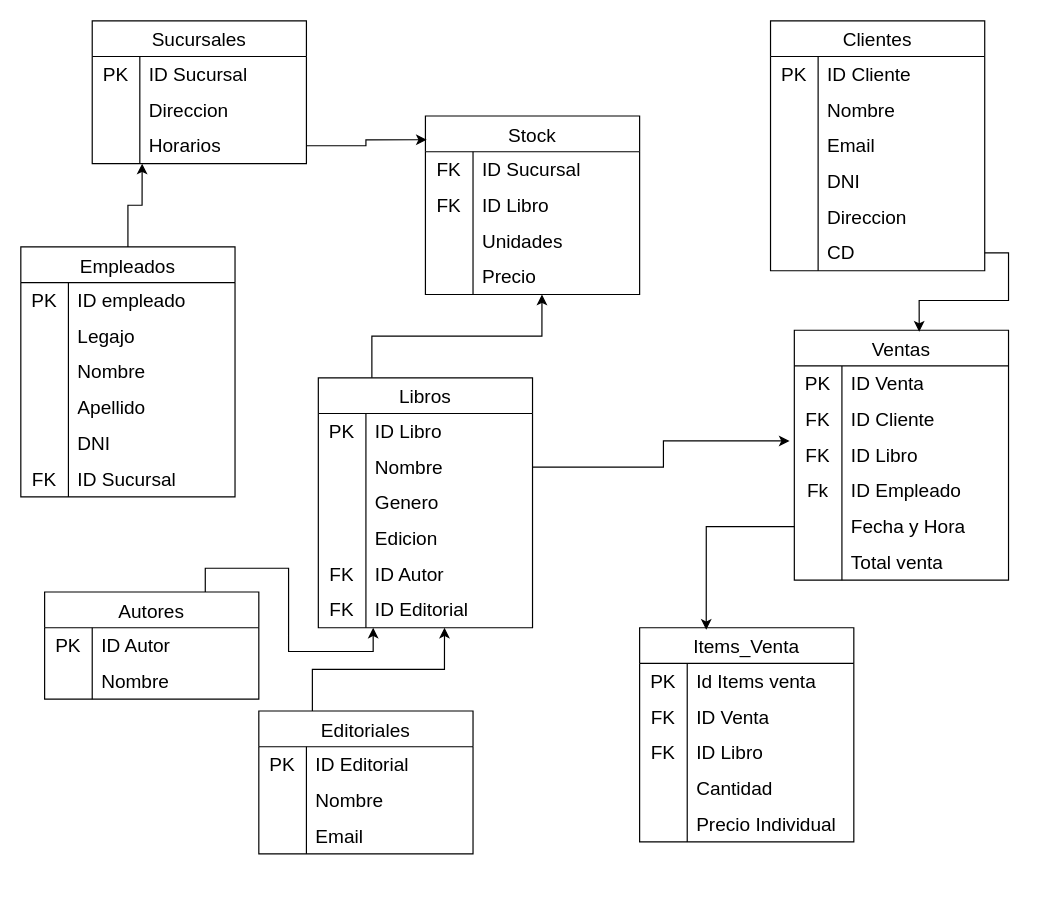
Before: Diagrama sin título.drawio in EzequielLST/SQL-Trabajo-final, a draw.io diagram. Source tidied: cells renumbered, new cells numbered last; positions are measured from the earlier drawing's top-left corner, leaving out a move shared by most shapes. Both pictures are drawn from the tidied source at 119%, with x=0, y=0 at pixel (20, 20).
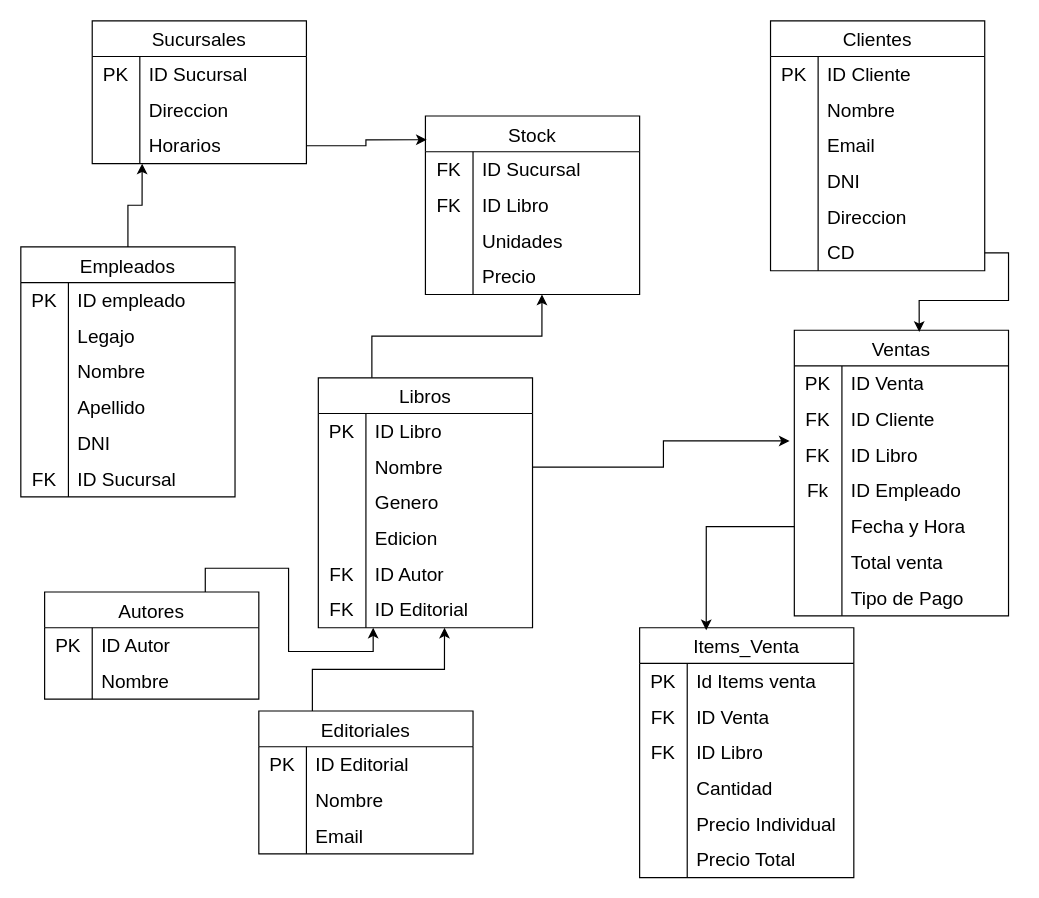
After the change.

The edit, as a diff of the source:
```diff
@@
     <mxCell id="101" value="Ventas" style="shape=table;startSize=30;childLayout=tableLayout;rowLines=0;fontStyle=0;strokeColor=default;fontSize=16;" parent="1" vertex="1">
-      <mxGeometry x="650" y="260" width="180" height="210" as="geometry" />
+      <mxGeometry x="650" y="260" width="180" height="240" as="geometry" />
     </mxCell>
@@
+    <mxCell id="142" style="shape=tableRow;horizontal=0;startSize=0;swimlaneHead=0;swimlaneBody=0;top=0;left=0;bottom=0;right=0;fillColor=none;strokeColor=inherit;fontSize=16;" parent="101" vertex="1">
+      <mxGeometry y="210" width="180" height="30" as="geometry" />
+    </mxCell>
+    <mxCell id="143" style="shape=partialRectangle;html=1;whiteSpace=wrap;fillColor=none;top=0;left=0;bottom=0;right=0;overflow=hidden;strokeColor=inherit;fontSize=16;" parent="142" vertex="1">
+      <mxGeometry width="40" height="30" as="geometry" />
+    </mxCell>
+    <mxCell id="144" value="Tipo de Pago" style="shape=partialRectangle;html=1;whiteSpace=wrap;fillColor=none;top=0;left=0;bottom=0;right=0;align=left;spacingLeft=6;overflow=hidden;strokeColor=inherit;fontSize=16;" parent="142" vertex="1">
+      <mxGeometry x="40" width="140" height="30" as="geometry" />
+    </mxCell>
@@
     <mxCell id="125" value="Items_Venta" style="shape=table;startSize=30;childLayout=tableLayout;rowLines=0;fontStyle=0;strokeColor=default;fontSize=16;" parent="1" vertex="1">
-      <mxGeometry x="520" y="510" width="180" height="180" as="geometry" />
+      <mxGeometry x="520" y="510" width="180" height="210" as="geometry" />
     </mxCell>
@@
+    <mxCell id="145" style="shape=tableRow;horizontal=0;startSize=0;swimlaneHead=0;swimlaneBody=0;top=0;left=0;bottom=0;right=0;fillColor=none;strokeColor=inherit;fontSize=16;" parent="125" vertex="1">
+      <mxGeometry y="180" width="180" height="30" as="geometry" />
+    </mxCell>
+    <mxCell id="146" style="shape=partialRectangle;html=1;whiteSpace=wrap;fillColor=none;top=0;left=0;bottom=0;right=0;overflow=hidden;strokeColor=inherit;fontSize=16;" parent="145" vertex="1">
+      <mxGeometry width="40" height="30" as="geometry" />
+    </mxCell>
+    <mxCell id="147" value="Precio Total" style="shape=partialRectangle;html=1;whiteSpace=wrap;fillColor=none;top=0;left=0;bottom=0;right=0;align=left;spacingLeft=6;overflow=hidden;strokeColor=inherit;fontSize=16;" parent="145" vertex="1">
+      <mxGeometry x="40" width="140" height="30" as="geometry" />
+    </mxCell>
```
